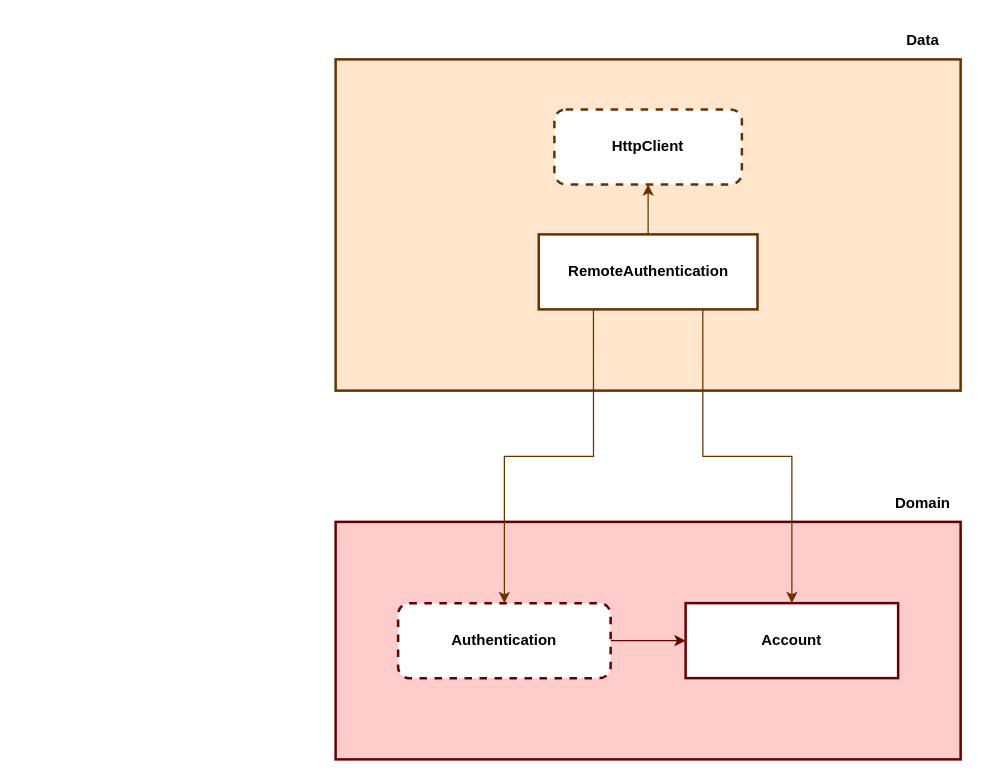
Before: for-dev.drawio in Iam-Luik/flutter-clean-architecture, a draw.io diagram. Source tidied: cells renumbered, new cells numbered last; positions are measured from the earlier drawing's top-left corner, leaving out a move shared by most shapes. Both pictures are drawn from the tidied source at 125%, with x=0, y=0 at pixel (335, 21).
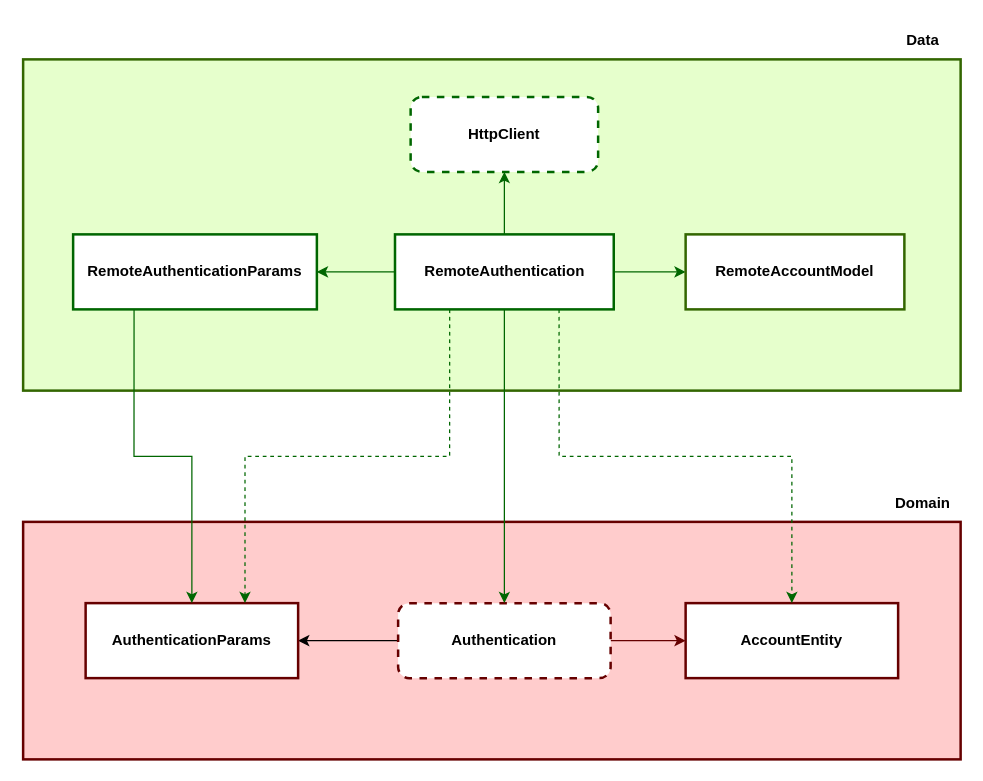
The same page after the edit.

Commit message (it also covers changes not shown here):
RemotheAuthentication implements Authentication

Unchanged cells that the change refers to:
```xml
<mxCell id="8" value="Authentication" style="rounded=1;whiteSpace=wrap;html=1;fontStyle=1;dashed=1;strokeWidth=2;strokeColor=#660000;" parent="1" vertex="1">
  <mxGeometry x="50" y="465" width="170" height="60" as="geometry" />
</mxCell>
```

Diff of the diagram source:
```diff
@@
-    <mxCell id="2" style="rounded=0;whiteSpace=wrap;html=1;strokeWidth=2;fillColor=#FFE6CC;strokeColor=#663300;" parent="1" vertex="1">
-      <mxGeometry y="30" width="500" height="265" as="geometry" />
+    <mxCell id="2" style="rounded=0;whiteSpace=wrap;html=1;strokeWidth=2;fillColor=#E6FFCC;strokeColor=#336600;" parent="1" vertex="1">
+      <mxGeometry x="-250" y="30" width="750" height="265" as="geometry" />
     </mxCell>
-    <mxCell id="3" style="edgeStyle=orthogonalEdgeStyle;rounded=0;jettySize=auto;html=1;exitX=0.5;exitY=0;exitDx=0;exitDy=0;entryX=0.5;entryY=1;entryDx=0;entryDy=0;strokeColor=#663300;" parent="1" edge="1" source="4" target="13">
+    <mxCell id="3" style="edgeStyle=orthogonalEdgeStyle;rounded=0;jettySize=auto;html=1;exitX=0.5;exitY=0;exitDx=0;exitDy=0;entryX=0.5;entryY=1;entryDx=0;entryDy=0;strokeColor=#006600;" parent="1" edge="1" source="4" target="13">
       <mxGeometry relative="1" as="geometry" />
     </mxCell>
+    <mxCell id="14" style="edgeStyle=orthogonalEdgeStyle;rounded=0;jettySize=auto;html=1;entryX=0;entryY=0.5;entryDx=0;entryDy=0;strokeColor=#006600;" parent="1" edge="1" source="4" target="18">
+      <mxGeometry relative="1" as="geometry" />
+    </mxCell>
+    <mxCell id="15" style="edgeStyle=orthogonalEdgeStyle;rounded=0;jettySize=auto;html=1;entryX=1;entryY=0.5;entryDx=0;entryDy=0;strokeColor=#006600;" parent="1" edge="1" source="4" target="20">
+      <mxGeometry relative="1" as="geometry" />
+    </mxCell>
-    <mxCell id="4" value="RemoteAuthentication" style="rounded=0;whiteSpace=wrap;html=1;fontStyle=1;strokeWidth=2;strokeColor=#663300;" parent="1" vertex="1">
-      <mxGeometry x="162.5" y="170" width="175" height="60" as="geometry" />
+    <mxCell id="4" value="RemoteAuthentication" style="rounded=0;whiteSpace=wrap;html=1;fontStyle=1;strokeWidth=2;strokeColor=#006600;" parent="1" vertex="1">
+      <mxGeometry x="47.5" y="170" width="175" height="60" as="geometry" />
     </mxCell>
@@
     <mxCell id="6" style="rounded=0;whiteSpace=wrap;html=1;strokeWidth=2;fillColor=#FFCCCC;strokeColor=#660000;" parent="1" vertex="1">
-      <mxGeometry y="400" width="500" height="190" as="geometry" />
+      <mxGeometry x="-250" y="400" width="750" height="190" as="geometry" />
     </mxCell>
@@
+    <mxCell id="16" style="edgeStyle=orthogonalEdgeStyle;rounded=0;jettySize=auto;html=1;" parent="1" edge="1" source="8" target="17">
+      <mxGeometry relative="1" as="geometry" />
+    </mxCell>
@@
-    <mxCell id="10" value="Account" style="rounded=0;whiteSpace=wrap;html=1;fontStyle=1;strokeWidth=2;strokeColor=#660000;" parent="1" vertex="1">
+    <mxCell id="10" value="AccountEntity" style="rounded=0;whiteSpace=wrap;html=1;fontStyle=1;strokeWidth=2;strokeColor=#660000;" parent="1" vertex="1">
       <mxGeometry x="280" y="465" width="170" height="60" as="geometry" />
     </mxCell>
-    <mxCell id="11" style="edgeStyle=orthogonalEdgeStyle;rounded=0;jettySize=auto;html=1;exitX=0.25;exitY=1;exitDx=0;exitDy=0;entryX=0.5;entryY=0;entryDx=0;entryDy=0;strokeColor=#663300;" parent="1" edge="1" source="4" target="8">
+    <mxCell id="11" style="edgeStyle=orthogonalEdgeStyle;rounded=0;jettySize=auto;html=1;exitX=0.5;exitY=1;exitDx=0;exitDy=0;entryX=0.5;entryY=0;entryDx=0;entryDy=0;strokeColor=#006600;" parent="1" edge="1" source="4" target="8">
       <mxGeometry relative="1" as="geometry" />
     </mxCell>
-    <mxCell id="12" style="edgeStyle=orthogonalEdgeStyle;rounded=0;jettySize=auto;html=1;exitX=0.75;exitY=1;exitDx=0;exitDy=0;entryX=0.5;entryY=0;entryDx=0;entryDy=0;strokeColor=#663300;" parent="1" edge="1" source="4" target="10">
+    <mxCell id="12" style="edgeStyle=orthogonalEdgeStyle;rounded=0;jettySize=auto;html=1;exitX=0.75;exitY=1;exitDx=0;exitDy=0;entryX=0.5;entryY=0;entryDx=0;entryDy=0;strokeColor=#006600;dashed=1;" parent="1" edge="1" source="4" target="10">
       <mxGeometry relative="1" as="geometry" />
     </mxCell>
-    <mxCell id="13" value="HttpClient" style="rounded=1;whiteSpace=wrap;html=1;fontStyle=1;dashed=1;strokeWidth=2;strokeColor=#663300;" parent="1" vertex="1">
-      <mxGeometry x="175" y="70" width="150" height="60" as="geometry" />
+    <mxCell id="13" value="HttpClient" style="rounded=1;whiteSpace=wrap;html=1;fontStyle=1;dashed=1;strokeWidth=2;strokeColor=#006600;" parent="1" vertex="1">
+      <mxGeometry x="60" y="60" width="150" height="60" as="geometry" />
     </mxCell>
+    <mxCell id="17" value="AuthenticationParams" style="rounded=0;whiteSpace=wrap;html=1;fontStyle=1;strokeWidth=2;strokeColor=#660000;" parent="1" vertex="1">
+      <mxGeometry x="-200" y="465" width="170" height="60" as="geometry" />
+    </mxCell>
+    <mxCell id="18" value="RemoteAccountModel" style="rounded=0;whiteSpace=wrap;html=1;fontStyle=1;strokeWidth=2;strokeColor=#336600;" parent="1" vertex="1">
+      <mxGeometry x="280" y="170" width="175" height="60" as="geometry" />
+    </mxCell>
+    <mxCell id="19" style="edgeStyle=orthogonalEdgeStyle;rounded=0;jettySize=auto;html=1;exitX=0.25;exitY=1;exitDx=0;exitDy=0;entryX=0.5;entryY=0;entryDx=0;entryDy=0;strokeColor=#006600;" parent="1" edge="1" source="20" target="17">
+      <mxGeometry relative="1" as="geometry" />
+    </mxCell>
+    <mxCell id="20" value="RemoteAuthenticationParams" style="rounded=0;whiteSpace=wrap;html=1;fontStyle=1;strokeWidth=2;strokeColor=#006600;" parent="1" vertex="1">
+      <mxGeometry x="-210" y="170" width="195" height="60" as="geometry" />
+    </mxCell>
+    <mxCell id="21" style="edgeStyle=orthogonalEdgeStyle;rounded=0;jettySize=auto;html=1;exitX=0.25;exitY=1;exitDx=0;exitDy=0;entryX=0.75;entryY=0;entryDx=0;entryDy=0;strokeColor=#006600;dashed=1;" parent="1" edge="1" source="4" target="17">
+      <mxGeometry relative="1" as="geometry" />
+    </mxCell>
```
